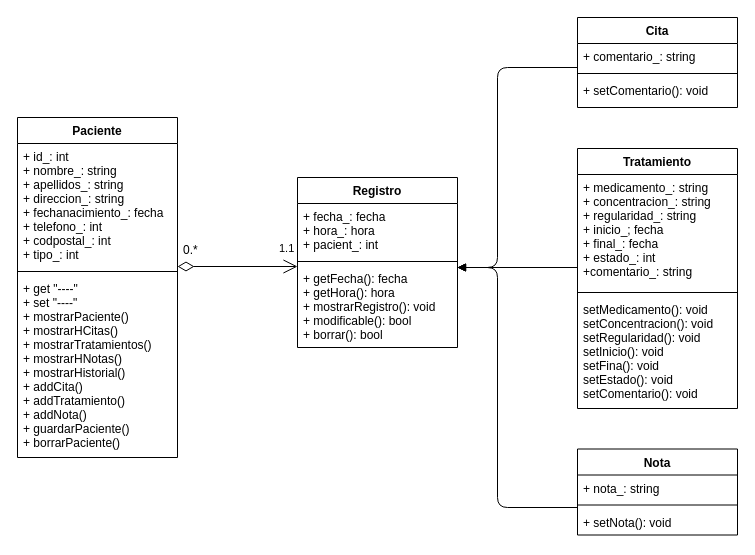
The draw.io diagram registros/Clases/Diagrama de clases .drawio in Elenaire/Clinica-medica, before the edit. Source tidied: cells renumbered, new cells numbered last; positions are measured from the earlier drawing's top-left corner, leaving out a move shared by most shapes. Both pictures are drawn from the tidied source at 100%, with x=0, y=0 at pixel (17, 17).
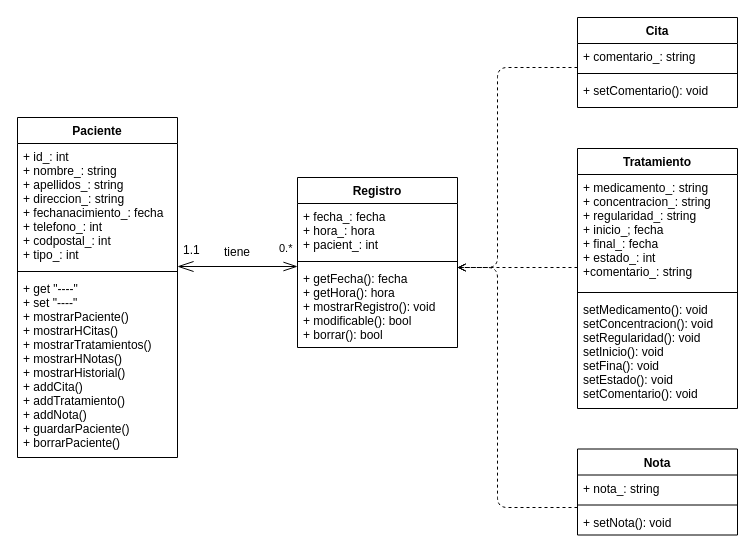
The same page after the edit.

The edit, as a diff of the source:
```diff
@@
-    <mxCell id="22" value="1.1" style="endArrow=open;html=1;endSize=12;startArrow=diamondThin;startSize=14;startFill=0;edgeStyle=orthogonalEdgeStyle;align=left;verticalAlign=bottom;" parent="1" edge="1">
+    <mxCell id="22" value="0.*" style="endArrow=openThin;html=1;endSize=12;startArrow=openThin;startSize=14;startFill=0;edgeStyle=orthogonalEdgeStyle;align=left;verticalAlign=bottom;endFill=0;" parent="1" edge="1">
       <mxGeometry x="0.67" y="9" relative="1" as="geometry">
         <mxPoint x="160" y="249" as="sourcePoint" />
         <mxPoint x="280" y="249" as="targetPoint" />
       </mxGeometry>
     </mxCell>
-    <mxCell id="23" style="html=1;verticalAlign=bottom;endArrow=block;" parent="1" edge="1">
+    <mxCell id="23" style="html=1;verticalAlign=bottom;endArrow=open;dashed=1;endFill=0;" parent="1" edge="1">
       <mxGeometry relative="1" as="geometry">
         <mxPoint x="560" y="490" as="sourcePoint" />
         <mxPoint x="440" y="250" as="targetPoint" />
         <Array as="points">
           <mxPoint x="480" y="490" />
           <mxPoint x="480" y="250" />
         </Array>
       </mxGeometry>
     </mxCell>
-    <mxCell id="24" style="html=1;verticalAlign=bottom;endArrow=block;" parent="1" edge="1">
+    <mxCell id="24" style="html=1;verticalAlign=bottom;endArrow=open;dashed=1;endFill=0;" parent="1" edge="1">
       <mxGeometry relative="1" as="geometry">
         <mxPoint x="560" y="250" as="sourcePoint" />
         <mxPoint x="440" y="250" as="targetPoint" />
       </mxGeometry>
     </mxCell>
-    <mxCell id="25" style="html=1;verticalAlign=bottom;endArrow=block;" parent="1" edge="1">
+    <mxCell id="25" style="html=1;verticalAlign=bottom;endArrow=open;dashed=1;endFill=0;" parent="1" edge="1">
       <mxGeometry relative="1" as="geometry">
         <mxPoint x="560" y="50" as="sourcePoint" />
         <mxPoint x="440" y="250" as="targetPoint" />
         <Array as="points">
           <mxPoint x="480" y="50" />
           <mxPoint x="480" y="250" />
         </Array>
       </mxGeometry>
     </mxCell>
-    <mxCell id="26" value="0.*" style="text;strokeColor=none;fillColor=none;align=left;verticalAlign=top;spacingLeft=4;spacingRight=4;overflow=hidden;" parent="1" vertex="1">
+    <mxCell id="26" value="1.1" style="text;strokeColor=none;fillColor=none;align=left;verticalAlign=top;spacingLeft=4;spacingRight=4;overflow=hidden;" parent="1" vertex="1">
       <mxGeometry x="160" y="219" width="100" height="26" as="geometry" />
     </mxCell>
+    <mxCell id="27" value="tiene" style="text;html=1;strokeColor=none;fillColor=none;align=center;verticalAlign=middle;whiteSpace=wrap;rounded=0;" parent="1" vertex="1">
+      <mxGeometry x="200" y="225" width="40" height="20" as="geometry" />
+    </mxCell>
```
